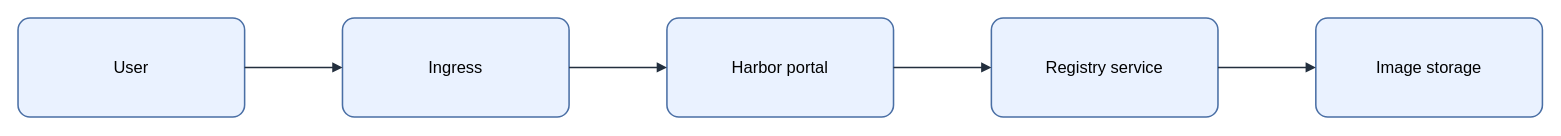
KKamJi98/kkamji98.github.io keeps this draw.io diagram as assets/img/registry/harbor-kubernetes-architecture.drawio. Above is the earlier version. Source tidied: cells renumbered, new cells numbered last; positions are measured from the earlier drawing's top-left corner, leaving out a move shared by most shapes. Both pictures are drawn from the tidied source at 103%, with x=0, y=0 at pixel (18, 18).
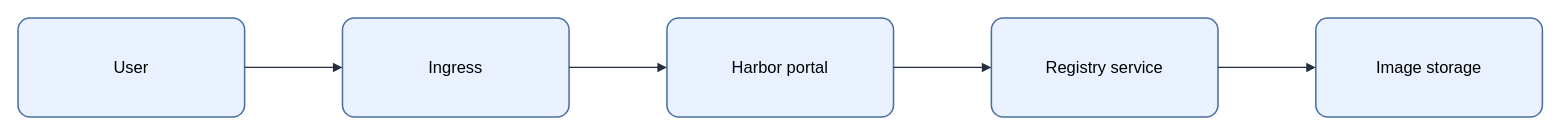
Above is the later version.

Change to the diagram source:
```diff
@@
 <mxGraphModel background="#FFFFFF">
   <root>
     <mxCell id="0" />
     <mxCell id="1" parent="0" />
-    <mxCell id="2" value="&lt;font style=&quot;color: rgb(0, 0, 0);&quot;&gt;User&lt;/font&gt;" style="rounded=1;arcSize=12;whiteSpace=wrap;html=1;fillColor=#EAF2FF;strokeColor=#4A6FA5;strokeWidth=1.5;fontColor=#000000;fontSize=16;align=center;verticalAlign=middle;spacing=8;shadow=0;" parent="1" vertex="1">
+    <mxCell id="2" value="User" style="rounded=1;arcSize=12;whiteSpace=wrap;html=0;fillColor=#EAF2FF;strokeColor=#4A6FA5;strokeWidth=1.5;fontColor=#000000;fontSize=16;align=center;verticalAlign=middle;spacing=8;shadow=0;" parent="1" vertex="1">
       <mxGeometry width="220" height="96" as="geometry" />
     </mxCell>
-    <mxCell id="3" value="&lt;font style=&quot;color: rgb(0, 0, 0);&quot;&gt;Ingress&lt;/font&gt;" style="rounded=1;arcSize=12;whiteSpace=wrap;html=1;fillColor=#EAF2FF;strokeColor=#4A6FA5;strokeWidth=1.5;fontColor=#000000;fontSize=16;align=center;verticalAlign=middle;spacing=8;shadow=0;" parent="1" vertex="1">
+    <mxCell id="3" value="Ingress" style="rounded=1;arcSize=12;whiteSpace=wrap;html=0;fillColor=#EAF2FF;strokeColor=#4A6FA5;strokeWidth=1.5;fontColor=#000000;fontSize=16;align=center;verticalAlign=middle;spacing=8;shadow=0;" parent="1" vertex="1">
       <mxGeometry x="315" width="220" height="96" as="geometry" />
     </mxCell>
-    <mxCell id="4" value="&lt;font style=&quot;color: rgb(0, 0, 0);&quot;&gt;Harbor portal&lt;/font&gt;" style="rounded=1;arcSize=12;whiteSpace=wrap;html=1;fillColor=#EAF2FF;strokeColor=#4A6FA5;strokeWidth=1.5;fontColor=#000000;fontSize=16;align=center;verticalAlign=middle;spacing=8;shadow=0;" parent="1" vertex="1">
+    <mxCell id="4" value="Harbor portal" style="rounded=1;arcSize=12;whiteSpace=wrap;html=0;fillColor=#EAF2FF;strokeColor=#4A6FA5;strokeWidth=1.5;fontColor=#000000;fontSize=16;align=center;verticalAlign=middle;spacing=8;shadow=0;" parent="1" vertex="1">
       <mxGeometry x="630" width="220" height="96" as="geometry" />
     </mxCell>
-    <mxCell id="5" value="&lt;font style=&quot;color: rgb(0, 0, 0);&quot;&gt;Registry service&lt;/font&gt;" style="rounded=1;arcSize=12;whiteSpace=wrap;html=1;fillColor=#EAF2FF;strokeColor=#4A6FA5;strokeWidth=1.5;fontColor=#000000;fontSize=16;align=center;verticalAlign=middle;spacing=8;shadow=0;" parent="1" vertex="1">
+    <mxCell id="5" value="Registry service" style="rounded=1;arcSize=12;whiteSpace=wrap;html=0;fillColor=#EAF2FF;strokeColor=#4A6FA5;strokeWidth=1.5;fontColor=#000000;fontSize=16;align=center;verticalAlign=middle;spacing=8;shadow=0;" parent="1" vertex="1">
       <mxGeometry x="945" width="220" height="96" as="geometry" />
     </mxCell>
-    <mxCell id="6" value="&lt;font style=&quot;color: rgb(0, 0, 0);&quot;&gt;Image storage&lt;/font&gt;" style="rounded=1;arcSize=12;whiteSpace=wrap;html=1;fillColor=#EAF2FF;strokeColor=#4A6FA5;strokeWidth=1.5;fontColor=#000000;fontSize=16;align=center;verticalAlign=middle;spacing=8;shadow=0;" parent="1" vertex="1">
+    <mxCell id="6" value="Image storage" style="rounded=1;arcSize=12;whiteSpace=wrap;html=0;fillColor=#EAF2FF;strokeColor=#4A6FA5;strokeWidth=1.5;fontColor=#000000;fontSize=16;align=center;verticalAlign=middle;spacing=8;shadow=0;" parent="1" vertex="1">
       <mxGeometry x="1260" width="220" height="96" as="geometry" />
     </mxCell>
-    <mxCell id="7" style="edgeStyle=orthogonalEdgeStyle;rounded=0;jettySize=auto;html=1;endArrow=block;endFill=1;strokeColor=#232F3E;strokeWidth=1.5;fontColor=#000000;labelBackgroundColor=none;exitX=1;exitY=0.5;exitDx=0;exitDy=0;entryX=0;entryY=0.5;entryDx=0;entryDy=0;" parent="1" edge="1" source="2" target="3">
+    <mxCell id="7" style="edgeStyle=orthogonalEdgeStyle;rounded=0;jettySize=auto;html=0;endArrow=block;endFill=1;strokeColor=#232F3E;strokeWidth=1.25;fontColor=#000000;labelBackgroundColor=none;exitX=1;exitY=0.5;exitDx=0;exitDy=0;entryX=0;entryY=0.5;entryDx=0;entryDy=0;" parent="1" edge="1" source="2" target="3">
       <mxGeometry relative="1" as="geometry" />
     </mxCell>
-    <mxCell id="8" style="edgeStyle=orthogonalEdgeStyle;rounded=0;jettySize=auto;html=1;endArrow=block;endFill=1;strokeColor=#232F3E;strokeWidth=1.5;fontColor=#000000;labelBackgroundColor=none;exitX=1;exitY=0.5;exitDx=0;exitDy=0;entryX=0;entryY=0.5;entryDx=0;entryDy=0;" parent="1" edge="1" source="3" target="4">
+    <mxCell id="8" style="edgeStyle=orthogonalEdgeStyle;rounded=0;jettySize=auto;html=0;endArrow=block;endFill=1;strokeColor=#232F3E;strokeWidth=1.25;fontColor=#000000;labelBackgroundColor=none;exitX=1;exitY=0.5;exitDx=0;exitDy=0;entryX=0;entryY=0.5;entryDx=0;entryDy=0;" parent="1" edge="1" source="3" target="4">
       <mxGeometry relative="1" as="geometry" />
     </mxCell>
-    <mxCell id="9" style="edgeStyle=orthogonalEdgeStyle;rounded=0;jettySize=auto;html=1;endArrow=block;endFill=1;strokeColor=#232F3E;strokeWidth=1.5;fontColor=#000000;labelBackgroundColor=none;exitX=1;exitY=0.5;exitDx=0;exitDy=0;entryX=0;entryY=0.5;entryDx=0;entryDy=0;" parent="1" edge="1" source="4" target="5">
+    <mxCell id="9" style="edgeStyle=orthogonalEdgeStyle;rounded=0;jettySize=auto;html=0;endArrow=block;endFill=1;strokeColor=#232F3E;strokeWidth=1.25;fontColor=#000000;labelBackgroundColor=none;exitX=1;exitY=0.5;exitDx=0;exitDy=0;entryX=0;entryY=0.5;entryDx=0;entryDy=0;" parent="1" edge="1" source="4" target="5">
       <mxGeometry relative="1" as="geometry" />
     </mxCell>
-    <mxCell id="10" style="edgeStyle=orthogonalEdgeStyle;rounded=0;jettySize=auto;html=1;endArrow=block;endFill=1;strokeColor=#232F3E;strokeWidth=1.5;fontColor=#000000;labelBackgroundColor=none;exitX=1;exitY=0.5;exitDx=0;exitDy=0;entryX=0;entryY=0.5;entryDx=0;entryDy=0;" parent="1" edge="1" source="5" target="6">
+    <mxCell id="10" style="edgeStyle=orthogonalEdgeStyle;rounded=0;jettySize=auto;html=0;endArrow=block;endFill=1;strokeColor=#232F3E;strokeWidth=1.25;fontColor=#000000;labelBackgroundColor=none;exitX=1;exitY=0.5;exitDx=0;exitDy=0;entryX=0;entryY=0.5;entryDx=0;entryDy=0;" parent="1" edge="1" source="5" target="6">
       <mxGeometry relative="1" as="geometry" />
     </mxCell>
   </root>
 </mxGraphModel>
```
